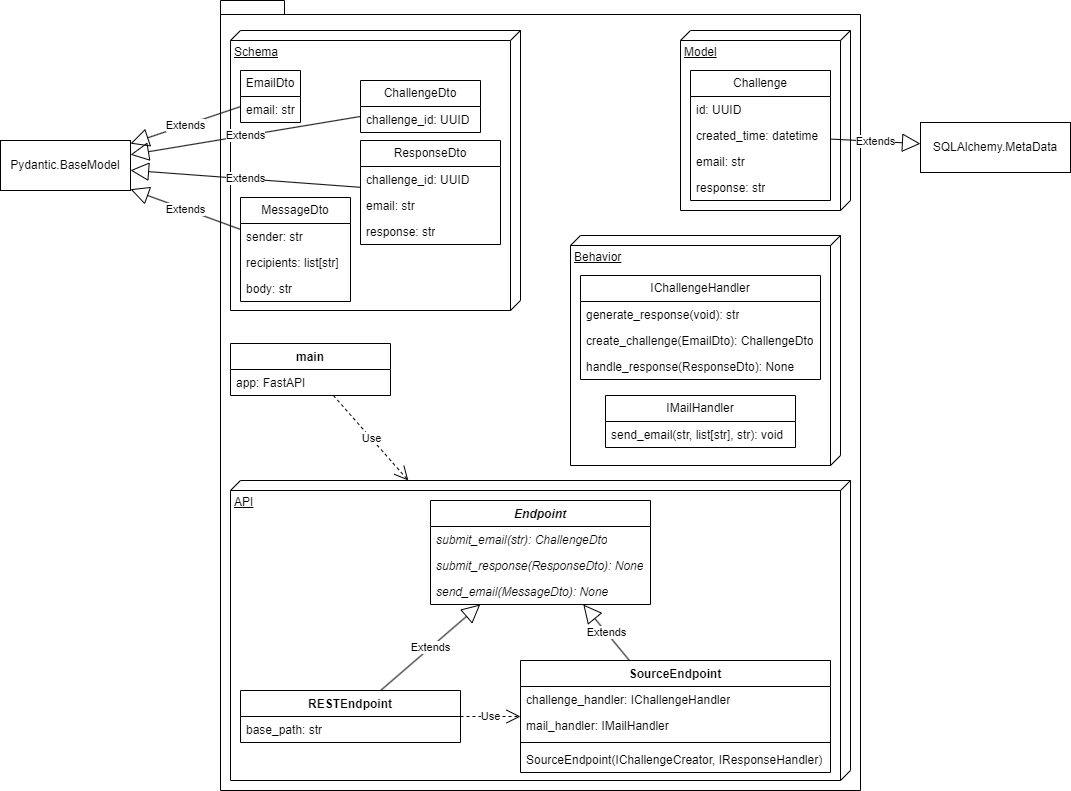
This is docs/uml.png from mwhicks-dev/authmail, a draw.io export, as it was before one commit. Source tidied: cells renumbered, new cells last; positions are measured from the earlier drawing's top-left corner, leaving out a move shared by most shapes.
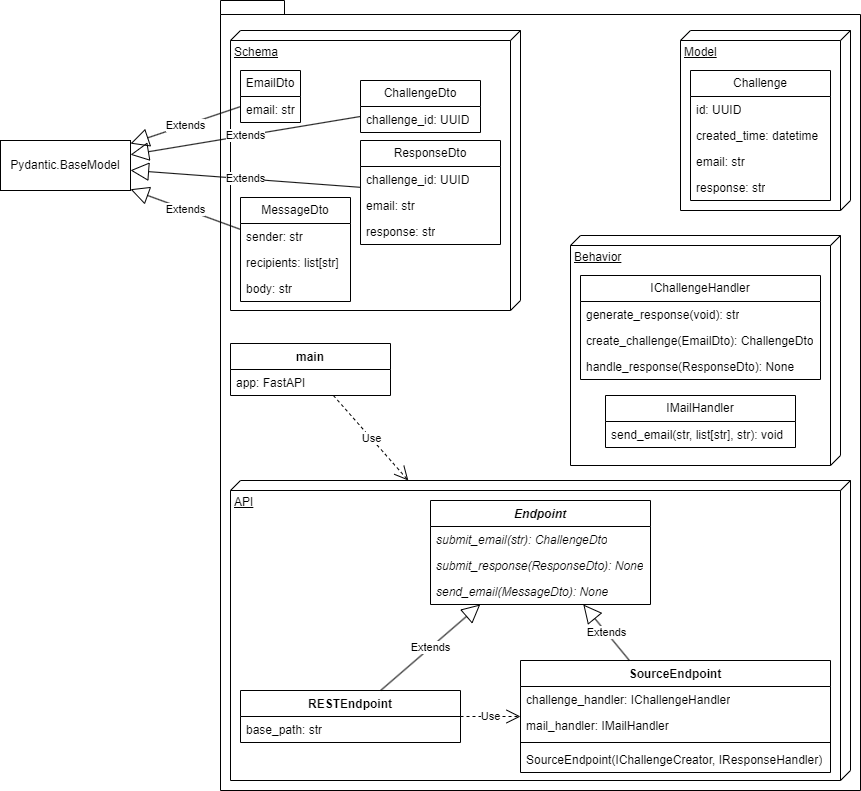
The same diagram one commit later.

The edit, as a diff of the source:
```diff
@@ -68,12 +68,6 @@
     <mxCell id="23" value="response: str" style="text;strokeColor=none;fillColor=none;align=left;verticalAlign=top;spacingLeft=4;spacingRight=4;overflow=hidden;whiteSpace=wrap;html=1;" parent="19" vertex="1">
       <mxGeometry y="104" width="140" height="26" as="geometry" />
     </mxCell>
-    <mxCell id="24" value="SQLAlchemy.MetaData" style="html=1;whiteSpace=wrap;" parent="1" vertex="1">
-      <mxGeometry x="920" y="122" width="150" height="50" as="geometry" />
-    </mxCell>
-    <mxCell id="25" value="Extends" style="endArrow=block;endSize=16;endFill=0;html=1;rounded=0;" parent="1" edge="1" source="19" target="24">
-      <mxGeometry relative="1" as="geometry" />
-    </mxCell>
     <mxCell id="26" value="IChallengeHandler" style="swimlane;fontStyle=0;horizontal=1;startSize=26;fillColor=none;whiteSpace=wrap;html=1;" parent="1" vertex="1">
       <mxGeometry x="580" y="275" width="240" height="104" as="geometry" />
     </mxCell>
```
